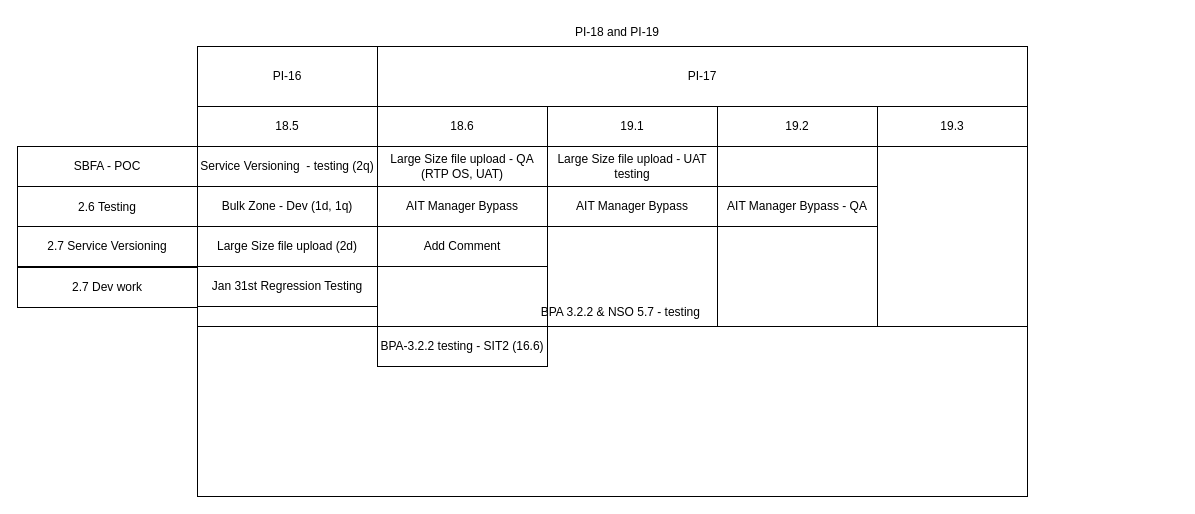
This is page "PI-18 & 19" (10 of 11) of SRF Life Cycle.drawio from nilaratandas/drowInventory, a draw.io file, before an edit. Source tidied: cells renumbered, new cells numbered last; positions are measured from the earlier drawing's top-left corner, leaving out a move shared by most shapes. Both pictures are drawn from the tidied source at 100%, with x=0, y=0 at pixel (17, 17).
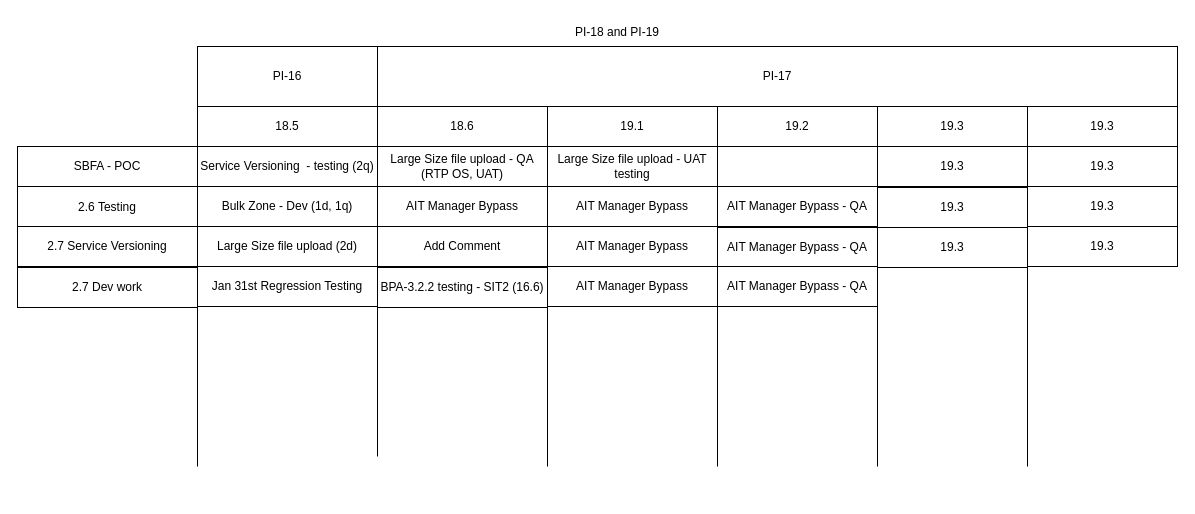
Above is the later version.

What changed in the source:
```diff
@@
     <mxCell id="2" value="PI-17" style="rounded=0;whiteSpace=wrap;html=1;" parent="1" vertex="1">
-      <mxGeometry x="360" y="29" width="650" height="60" as="geometry" />
+      <mxGeometry x="360" y="29" width="800" height="60" as="geometry" />
     </mxCell>
@@
-    <mxCell id="22" style="rounded=0;whiteSpace=wrap;html=1;" parent="1" vertex="1">
-      <mxGeometry x="180" y="309" width="830" height="170" as="geometry" />
-    </mxCell>
-    <mxCell id="23" value="BPA 3.2.2 &amp;amp; NSO 5.7 - testing&amp;nbsp;" style="text;html=1;align=center;verticalAlign=middle;whiteSpace=wrap;rounded=0;" parent="1" vertex="1">
-      <mxGeometry x="510" y="280" width="190" height="29" as="geometry" />
-    </mxCell>
@@
     <mxCell id="29" value="BPA-3.2.2 testing - SIT2 (16.6)" style="rounded=0;whiteSpace=wrap;html=1;" parent="1" vertex="1">
-      <mxGeometry x="360" y="309" width="170" height="40" as="geometry" />
+      <mxGeometry x="360" y="250" width="170" height="40" as="geometry" />
     </mxCell>
@@
+    <mxCell id="34" value="19.3" style="rounded=0;whiteSpace=wrap;html=1;" parent="1" vertex="1">
+      <mxGeometry x="1010" y="89" width="150" height="40" as="geometry" />
+    </mxCell>
+    <mxCell id="35" value="19.3" style="rounded=0;whiteSpace=wrap;html=1;" parent="1" vertex="1">
+      <mxGeometry x="860" y="129" width="150" height="40" as="geometry" />
+    </mxCell>
+    <mxCell id="36" value="19.3" style="rounded=0;whiteSpace=wrap;html=1;" parent="1" vertex="1">
+      <mxGeometry x="1010" y="129" width="150" height="40" as="geometry" />
+    </mxCell>
+    <mxCell id="37" value="19.3" style="rounded=0;whiteSpace=wrap;html=1;" parent="1" vertex="1">
+      <mxGeometry x="860" y="170" width="150" height="40" as="geometry" />
+    </mxCell>
+    <mxCell id="38" value="19.3" style="rounded=0;whiteSpace=wrap;html=1;" parent="1" vertex="1">
+      <mxGeometry x="1010" y="169" width="150" height="40" as="geometry" />
+    </mxCell>
+    <mxCell id="39" value="19.3" style="rounded=0;whiteSpace=wrap;html=1;" parent="1" vertex="1">
+      <mxGeometry x="860" y="210" width="150" height="40" as="geometry" />
+    </mxCell>
+    <mxCell id="40" value="19.3" style="rounded=0;whiteSpace=wrap;html=1;" parent="1" vertex="1">
+      <mxGeometry x="1010" y="209" width="150" height="40" as="geometry" />
+    </mxCell>
+    <mxCell id="41" value="AIT Manager Bypass - QA" style="rounded=0;whiteSpace=wrap;html=1;gradientColor=none;fillColor=default;" parent="1" vertex="1">
+      <mxGeometry x="700" y="210" width="160" height="40" as="geometry" />
+    </mxCell>
+    <mxCell id="42" value="AIT Manager Bypass" style="rounded=0;whiteSpace=wrap;html=1;" parent="1" vertex="1">
+      <mxGeometry x="530" y="209" width="170" height="40" as="geometry" />
+    </mxCell>
+    <mxCell id="43" value="AIT Manager Bypass" style="rounded=0;whiteSpace=wrap;html=1;" parent="1" vertex="1">
+      <mxGeometry x="530" y="249" width="170" height="40" as="geometry" />
+    </mxCell>
+    <mxCell id="44" value="AIT Manager Bypass - QA" style="rounded=0;whiteSpace=wrap;html=1;gradientColor=none;fillColor=default;" parent="1" vertex="1">
+      <mxGeometry x="700" y="249" width="160" height="40" as="geometry" />
+    </mxCell>
```
